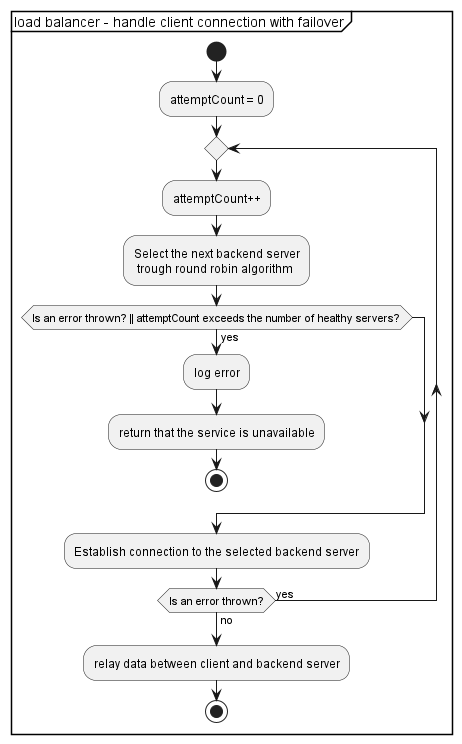
Before: doc/activity_diagram_loadbalancer_handle_connection.png, a diagram exported from PlantUML (Ludwii/loadbalancer). Source of this version:
```plantuml
@startuml

partition "load balancer - handle client connection with failover" {

start

:attemptCount = 0;

repeat
    :attemptCount++;
    :Select the next backend server\n trough round robin algorithm;
    if (Is an error thrown? || attemptCount exceeds the number of healthy servers?) then (yes)
        :log error;
        :return that the service is unavailable;
        stop
    endif

    :Establish connection to the selected backend server;
repeat while (Is an error thrown?) is (yes) not (no)

:relay data between client and backend server;

stop

}

@enduml
```
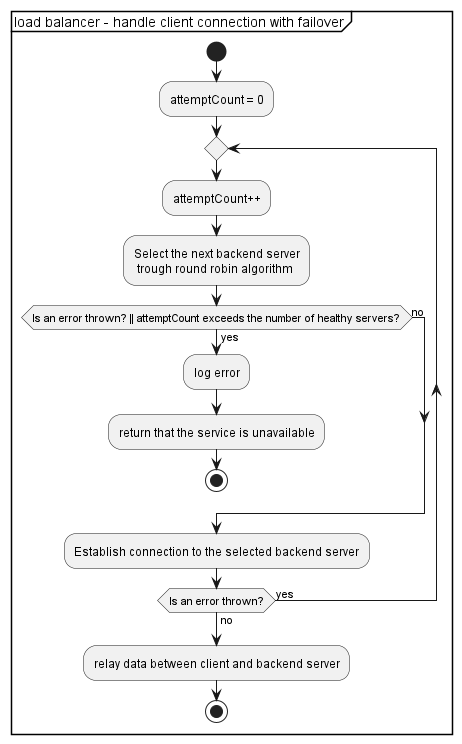
Above is the later version.

Commit message:
+ added additional load balancer activity diagrams

Diff of the diagram source:
```diff
@@ -13,6 +13,7 @@
         :log error;
         :return that the service is unavailable;
         stop
+    else (no)
     endif
 
     :Establish connection to the selected backend server;
```
